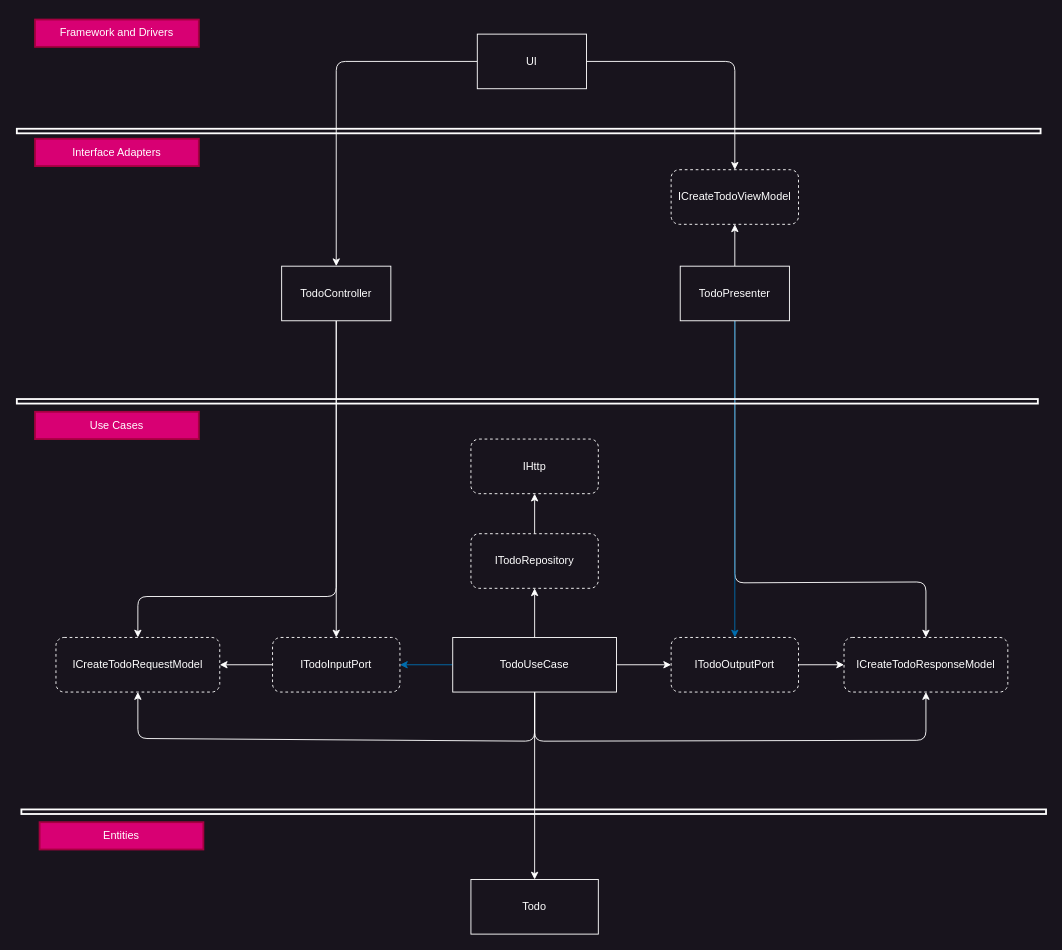
Earlier version of the draw.io diagram resources/diagram.drawio (gabrielmedeirossouza/react-todo-clean-architecture). Source tidied: cells renumbered, new cells numbered last; positions are measured from the earlier drawing's top-left corner, leaving out a move shared by most shapes. Both pictures are drawn from the tidied source at 91%, with x=0, y=0 at pixel (16, 19).
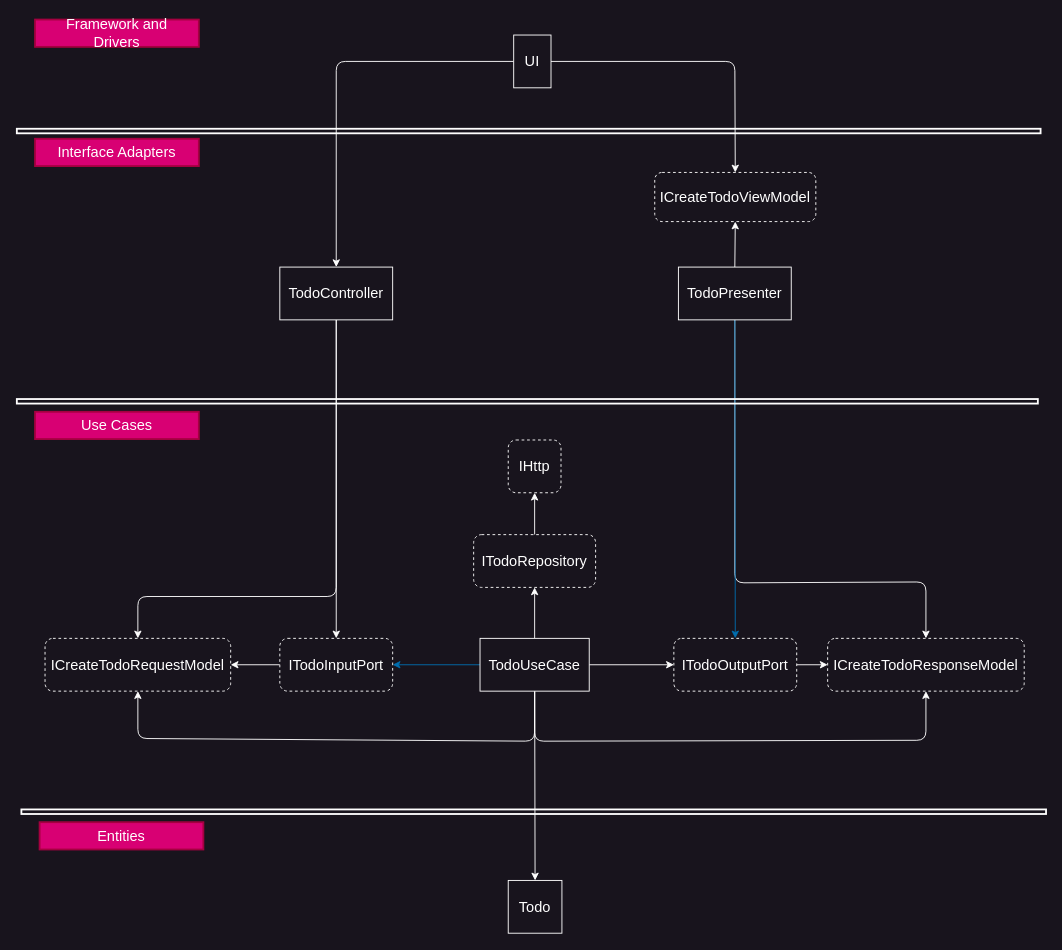
The same diagram, later.

The edit, as a diff of the source:
```diff
@@
-    <mxCell id="2" style="edgeStyle=none;html=1;exitX=1;exitY=0.5;exitDx=0;exitDy=0;entryX=0.5;entryY=0;entryDx=0;entryDy=0;fontColor=#FFFFFF;strokeColor=#FFFFFF;" parent="1" edge="1" source="4" target="18">
+    <mxCell id="2" style="edgeStyle=none;html=1;exitX=1;exitY=0.5;exitDx=0;exitDy=0;entryX=0.5;entryY=0;entryDx=0;entryDy=0;fontColor=#FFFFFF;strokeColor=#FFFFFF;fontSize=16;spacingTop=4;spacingBottom=4;spacingLeft=8;spacingRight=8;" parent="1" edge="1" source="4" target="18">
       <mxGeometry relative="1" as="geometry">
         <Array as="points">
           <mxPoint x="789" y="46" />
         </Array>
       </mxGeometry>
     </mxCell>
-    <mxCell id="3" style="edgeStyle=none;html=1;entryX=0.5;entryY=0;entryDx=0;entryDy=0;fontColor=#FFFFFF;strokeColor=#FFFFFF;" parent="1" edge="1" source="4" target="7">
+    <mxCell id="3" style="edgeStyle=none;html=1;entryX=0.5;entryY=0;entryDx=0;entryDy=0;fontColor=#FFFFFF;strokeColor=#FFFFFF;fontSize=16;spacingTop=4;spacingBottom=4;spacingLeft=8;spacingRight=8;" parent="1" edge="1" source="4" target="7">
       <mxGeometry relative="1" as="geometry">
         <Array as="points">
           <mxPoint x="351" y="46" />
         </Array>
       </mxGeometry>
     </mxCell>
-    <mxCell id="4" value="UI" style="rounded=0;whiteSpace=wrap;html=1;fillColor=#18141D;strokeColor=#FFFFFF;fontColor=#FFFFFF;" parent="1" vertex="1">
-      <mxGeometry x="506" y="16" width="120" height="60" as="geometry" />
+    <mxCell id="4" value="UI" style="rounded=0;whiteSpace=wrap;html=1;fillColor=#18141D;strokeColor=#FFFFFF;fontColor=#FFFFFF;fontSize=16;spacingTop=16;spacingBottom=16;spacingLeft=6;spacingRight=6;" parent="1" vertex="1">
+      <mxGeometry x="546" y="17" width="41" height="58" as="geometry" />
     </mxCell>
-    <mxCell id="5" style="edgeStyle=none;html=1;entryX=0.5;entryY=0;entryDx=0;entryDy=0;fontColor=#FFFFFF;strokeColor=#FFFFFF;" parent="1" edge="1" source="7" target="27">
+    <mxCell id="5" style="edgeStyle=none;html=1;entryX=0.5;entryY=0;entryDx=0;entryDy=0;fontColor=#FFFFFF;strokeColor=#FFFFFF;fontSize=16;spacingTop=4;spacingBottom=4;spacingLeft=8;spacingRight=8;" parent="1" edge="1" source="7" target="27">
       <mxGeometry relative="1" as="geometry">
         <Array as="points">
           <mxPoint x="351" y="634" />
           <mxPoint x="133" y="634" />
         </Array>
       </mxGeometry>
     </mxCell>
-    <mxCell id="6" style="edgeStyle=none;html=1;entryX=0.5;entryY=0;entryDx=0;entryDy=0;endArrow=classic;endFill=1;fontColor=#FFFFFF;strokeColor=#FFFFFF;" parent="1" edge="1" source="7" target="36">
+    <mxCell id="6" style="edgeStyle=none;html=1;entryX=0.5;entryY=0;entryDx=0;entryDy=0;endArrow=classic;endFill=1;fontColor=#FFFFFF;strokeColor=#FFFFFF;fontSize=16;spacingTop=4;spacingBottom=4;spacingLeft=8;spacingRight=8;" parent="1" edge="1" source="7" target="36">
       <mxGeometry relative="1" as="geometry" />
     </mxCell>
-    <mxCell id="7" value="TodoController" style="rounded=0;whiteSpace=wrap;html=1;fillColor=#18141D;strokeColor=#FFFFFF;fontColor=#FFFFFF;" parent="1" vertex="1">
-      <mxGeometry x="291" y="271" width="120" height="60" as="geometry" />
+    <mxCell id="7" value="TodoController" style="rounded=0;whiteSpace=wrap;html=1;fillColor=#18141D;strokeColor=#FFFFFF;fontColor=#FFFFFF;fontSize=16;spacingTop=16;spacingBottom=16;spacingLeft=6;spacingRight=6;" parent="1" vertex="1">
+      <mxGeometry x="289" y="272" width="124" height="58" as="geometry" />
     </mxCell>
-    <mxCell id="8" style="edgeStyle=none;html=1;entryX=0;entryY=0.5;entryDx=0;entryDy=0;strokeColor=#FFFFFF;" parent="1" edge="1" source="9" target="26">
+    <mxCell id="8" style="edgeStyle=none;html=1;entryX=0;entryY=0.5;entryDx=0;entryDy=0;strokeColor=#FFFFFF;fontSize=16;spacingTop=4;spacingBottom=4;spacingLeft=8;spacingRight=8;" parent="1" edge="1" source="9" target="26">
       <mxGeometry relative="1" as="geometry" />
     </mxCell>
-    <mxCell id="9" value="ITodoOutputPort" style="rounded=1;whiteSpace=wrap;html=1;glass=0;shadow=0;dashed=1;fillColor=#18141D;strokeColor=#FFFFFF;fontColor=#FFFFFF;" parent="1" vertex="1">
-      <mxGeometry x="719" y="679" width="140" height="60" as="geometry" />
+    <mxCell id="9" value="ITodoOutputPort" style="rounded=1;whiteSpace=wrap;html=1;glass=0;shadow=0;dashed=1;fillColor=#18141D;strokeColor=#FFFFFF;fontColor=#FFFFFF;fontSize=16;spacingTop=16;spacingBottom=16;spacingLeft=6;spacingRight=6;" parent="1" vertex="1">
+      <mxGeometry x="722" y="680" width="135" height="58" as="geometry" />
     </mxCell>
-    <mxCell id="10" style="edgeStyle=none;html=1;entryX=0.5;entryY=1;entryDx=0;entryDy=0;endArrow=classic;endFill=1;strokeColor=#FFFFFF;" parent="1" edge="1" source="11" target="13">
+    <mxCell id="10" style="edgeStyle=none;html=1;entryX=0.5;entryY=1;entryDx=0;entryDy=0;endArrow=classic;endFill=1;strokeColor=#FFFFFF;fontSize=16;spacingTop=4;spacingBottom=4;spacingLeft=8;spacingRight=8;" parent="1" edge="1" source="11" target="13">
       <mxGeometry relative="1" as="geometry" />
     </mxCell>
-    <mxCell id="11" value="ITodoRepository" style="rounded=1;whiteSpace=wrap;html=1;glass=0;shadow=0;dashed=1;fillColor=#18141D;strokeColor=#FFFFFF;fontColor=#FFFFFF;" parent="1" vertex="1">
-      <mxGeometry x="499" y="565" width="140" height="60" as="geometry" />
+    <mxCell id="11" value="ITodoRepository" style="rounded=1;whiteSpace=wrap;html=1;glass=0;shadow=0;dashed=1;fillColor=#18141D;strokeColor=#FFFFFF;fontColor=#FFFFFF;fontSize=16;spacingTop=16;spacingBottom=16;spacingLeft=6;spacingRight=6;" parent="1" vertex="1">
+      <mxGeometry x="502" y="566" width="134" height="58" as="geometry" />
     </mxCell>
-    <mxCell id="12" value="Todo" style="rounded=0;whiteSpace=wrap;html=1;glass=0;shadow=0;strokeColor=#FFFFFF;fillColor=#18141D;fontColor=#FFFFFF;" parent="1" vertex="1">
-      <mxGeometry x="499" y="945" width="140" height="60" as="geometry" />
+    <mxCell id="12" value="Todo" style="rounded=0;whiteSpace=wrap;html=1;glass=0;shadow=0;strokeColor=#FFFFFF;fillColor=#18141D;fontColor=#FFFFFF;fontSize=16;spacingTop=16;spacingBottom=16;spacingLeft=6;spacingRight=6;" parent="1" vertex="1">
+      <mxGeometry x="540" y="946" width="59" height="58" as="geometry" />
     </mxCell>
-    <mxCell id="13" value="IHttp" style="rounded=1;whiteSpace=wrap;html=1;glass=0;shadow=0;dashed=1;fillColor=#18141D;strokeColor=#FFFFFF;fontColor=#FFFFFF;" parent="1" vertex="1">
-      <mxGeometry x="499" y="461" width="140" height="60" as="geometry" />
+    <mxCell id="13" value="IHttp" style="rounded=1;whiteSpace=wrap;html=1;glass=0;shadow=0;dashed=1;fillColor=#18141D;strokeColor=#FFFFFF;fontColor=#FFFFFF;fontSize=16;spacingTop=16;spacingBottom=16;spacingLeft=6;spacingRight=6;" parent="1" vertex="1">
+      <mxGeometry x="540" y="462" width="58" height="58" as="geometry" />
     </mxCell>
-    <mxCell id="14" style="edgeStyle=none;html=1;exitX=0.5;exitY=0;exitDx=0;exitDy=0;entryX=0.5;entryY=1;entryDx=0;entryDy=0;fontColor=#FFFFFF;strokeColor=#FFFFFF;" parent="1" edge="1" source="17" target="18">
+    <mxCell id="14" style="edgeStyle=none;html=1;exitX=0.5;exitY=0;exitDx=0;exitDy=0;entryX=0.5;entryY=1;entryDx=0;entryDy=0;fontColor=#FFFFFF;strokeColor=#FFFFFF;fontSize=16;spacingTop=4;spacingBottom=4;spacingLeft=8;spacingRight=8;" parent="1" edge="1" source="17" target="18">
       <mxGeometry relative="1" as="geometry" />
     </mxCell>
-    <mxCell id="15" style="edgeStyle=none;html=1;entryX=0.5;entryY=0;entryDx=0;entryDy=0;fontColor=#FFFFFF;strokeColor=#FFFFFF;" parent="1" edge="1" source="17" target="26">
+    <mxCell id="15" style="edgeStyle=none;html=1;entryX=0.5;entryY=0;entryDx=0;entryDy=0;fontColor=#FFFFFF;strokeColor=#FFFFFF;fontSize=16;spacingTop=4;spacingBottom=4;spacingLeft=8;spacingRight=8;" parent="1" edge="1" source="17" target="26">
       <mxGeometry relative="1" as="geometry">
         <Array as="points">
           <mxPoint x="789" y="619" />
           <mxPoint x="999" y="618" />
         </Array>
       </mxGeometry>
     </mxCell>
-    <mxCell id="16" style="edgeStyle=none;html=1;entryX=0.5;entryY=0;entryDx=0;entryDy=0;fillColor=#1ba1e2;strokeColor=#006EAF;" parent="1" edge="1" source="17" target="9">
+    <mxCell id="16" style="edgeStyle=none;html=1;entryX=0.5;entryY=0;entryDx=0;entryDy=0;fillColor=#1ba1e2;strokeColor=#006EAF;fontSize=16;spacingTop=4;spacingBottom=4;spacingLeft=8;spacingRight=8;" parent="1" edge="1" source="17" target="9">
       <mxGeometry relative="1" as="geometry" />
     </mxCell>
-    <mxCell id="17" value="TodoPresenter" style="rounded=0;whiteSpace=wrap;html=1;fillColor=#18141D;strokeColor=#FFFFFF;fontColor=#FFFFFF;" parent="1" vertex="1">
-      <mxGeometry x="729" y="271" width="120" height="60" as="geometry" />
+    <mxCell id="17" value="TodoPresenter" style="rounded=0;whiteSpace=wrap;html=1;fillColor=#18141D;strokeColor=#FFFFFF;fontColor=#FFFFFF;fontSize=16;spacingTop=16;spacingBottom=16;spacingLeft=6;spacingRight=6;" parent="1" vertex="1">
+      <mxGeometry x="727" y="272" width="124" height="58" as="geometry" />
     </mxCell>
-    <mxCell id="18" value="ICreateTodoViewModel" style="rounded=1;whiteSpace=wrap;html=1;glass=0;shadow=0;dashed=1;strokeColor=#FFFFFF;fillColor=#18141D;fontColor=#FFFFFF;" parent="1" vertex="1">
-      <mxGeometry x="719" y="165" width="140" height="60" as="geometry" />
+    <mxCell id="18" value="ICreateTodoViewModel" style="rounded=1;whiteSpace=wrap;html=1;glass=0;shadow=0;dashed=1;strokeColor=#FFFFFF;fillColor=#18141D;fontColor=#FFFFFF;fontSize=16;spacingRight=6;spacingLeft=6;spacing=0;spacingTop=16;spacingBottom=16;" parent="1" vertex="1">
+      <mxGeometry x="701" y="168" width="177" height="54" as="geometry" />
     </mxCell>
-    <mxCell id="19" style="rounded=0;whiteSpace=wrap;html=1;strokeColor=#FFFFFF;fillColor=none;strokeWidth=2;" parent="1" vertex="1">
+    <mxCell id="19" style="rounded=0;whiteSpace=wrap;html=1;strokeColor=#FFFFFF;fillColor=none;strokeWidth=2;fontSize=16;spacingTop=4;spacingBottom=4;spacingLeft=8;spacingRight=8;" parent="1" vertex="1">
       <mxGeometry y="120" width="1125" height="5" as="geometry" />
     </mxCell>
-    <mxCell id="20" style="rounded=0;whiteSpace=wrap;html=1;strokeColor=#FFFFFF;fillColor=none;strokeWidth=2;" parent="1" vertex="1">
+    <mxCell id="20" style="rounded=0;whiteSpace=wrap;html=1;strokeColor=#FFFFFF;fillColor=none;strokeWidth=2;fontSize=16;spacingTop=4;spacingBottom=4;spacingLeft=8;spacingRight=8;" parent="1" vertex="1">
       <mxGeometry y="417" width="1122" height="5" as="geometry" />
     </mxCell>
-    <mxCell id="21" style="rounded=0;whiteSpace=wrap;html=1;strokeColor=#FFFFFF;fillColor=none;strokeWidth=2;" parent="1" vertex="1">
+    <mxCell id="21" style="rounded=0;whiteSpace=wrap;html=1;strokeColor=#FFFFFF;fillColor=none;strokeWidth=2;fontSize=16;spacingTop=4;spacingBottom=4;spacingLeft=8;spacingRight=8;" parent="1" vertex="1">
       <mxGeometry x="5" y="868" width="1126" height="5" as="geometry" />
     </mxCell>
-    <mxCell id="22" value="Entities" style="text;html=1;strokeColor=#A50040;fillColor=#d80073;align=center;verticalAlign=middle;whiteSpace=wrap;rounded=0;strokeWidth=2;fontColor=#ffffff;" parent="1" vertex="1">
+    <mxCell id="22" value="Entities" style="text;html=1;strokeColor=#A50040;fillColor=#d80073;align=center;verticalAlign=middle;whiteSpace=wrap;rounded=0;strokeWidth=2;fontColor=#ffffff;fontSize=16;spacingTop=4;spacingBottom=4;spacingLeft=8;spacingRight=8;" parent="1" vertex="1">
       <mxGeometry x="25" y="882" width="180" height="30" as="geometry" />
     </mxCell>
-    <mxCell id="23" value="Use Cases" style="text;html=1;strokeColor=#A50040;fillColor=#d80073;align=center;verticalAlign=middle;whiteSpace=wrap;rounded=0;strokeWidth=2;fontColor=#ffffff;" parent="1" vertex="1">
+    <mxCell id="23" value="Use Cases" style="text;html=1;strokeColor=#A50040;fillColor=#d80073;align=center;verticalAlign=middle;whiteSpace=wrap;rounded=0;strokeWidth=2;fontColor=#ffffff;fontSize=16;spacingTop=4;spacingBottom=4;spacingLeft=8;spacingRight=8;" parent="1" vertex="1">
       <mxGeometry x="20" y="431" width="180" height="30" as="geometry" />
     </mxCell>
-    <mxCell id="24" value="Interface Adapters" style="text;html=1;strokeColor=#A50040;fillColor=#d80073;align=center;verticalAlign=middle;whiteSpace=wrap;rounded=0;strokeWidth=2;fontColor=#ffffff;" parent="1" vertex="1">
+    <mxCell id="24" value="Interface Adapters" style="text;html=1;strokeColor=#A50040;fillColor=#d80073;align=center;verticalAlign=middle;whiteSpace=wrap;rounded=0;strokeWidth=2;fontColor=#ffffff;fontSize=16;spacingTop=4;spacingBottom=4;spacingLeft=8;spacingRight=8;" parent="1" vertex="1">
       <mxGeometry x="20" y="131" width="180" height="30" as="geometry" />
     </mxCell>
-    <mxCell id="25" value="Framework and Drivers" style="text;html=1;strokeColor=#A50040;fillColor=#d80073;align=center;verticalAlign=middle;whiteSpace=wrap;rounded=0;strokeWidth=2;fontColor=#ffffff;" parent="1" vertex="1">
+    <mxCell id="25" value="Framework and Drivers" style="text;html=1;strokeColor=#A50040;fillColor=#d80073;align=center;verticalAlign=middle;whiteSpace=wrap;rounded=0;strokeWidth=2;fontColor=#ffffff;fontSize=16;spacingTop=4;spacingBottom=4;spacingLeft=8;spacingRight=8;" parent="1" vertex="1">
       <mxGeometry x="20" width="180" height="30" as="geometry" />
     </mxCell>
-    <mxCell id="26" value="ICreateTodoResponseModel" style="rounded=1;whiteSpace=wrap;html=1;glass=0;shadow=0;dashed=1;strokeColor=#FFFFFF;fillColor=#18141D;fontColor=#FFFFFF;" parent="1" vertex="1">
-      <mxGeometry x="909" y="679" width="180" height="60" as="geometry" />
+    <mxCell id="26" value="ICreateTodoResponseModel" style="rounded=1;whiteSpace=wrap;html=1;glass=0;shadow=0;dashed=1;strokeColor=#FFFFFF;fillColor=#18141D;fontColor=#FFFFFF;fontSize=16;spacingTop=16;spacingBottom=16;spacingLeft=6;spacingRight=6;" parent="1" vertex="1">
+      <mxGeometry x="891" y="680" width="216" height="58" as="geometry" />
     </mxCell>
-    <mxCell id="27" value="ICreateTodoRequestModel" style="rounded=1;whiteSpace=wrap;html=1;glass=0;shadow=0;dashed=1;strokeColor=#FFFFFF;fillColor=#18141D;fontColor=#FFFFFF;" parent="1" vertex="1">
-      <mxGeometry x="43" y="679" width="180" height="60" as="geometry" />
+    <mxCell id="27" value="ICreateTodoRequestModel" style="rounded=1;whiteSpace=wrap;html=1;glass=0;shadow=0;dashed=1;strokeColor=#FFFFFF;fillColor=#18141D;fontColor=#FFFFFF;fontSize=16;spacingTop=16;spacingBottom=16;spacingLeft=6;spacingRight=6;" parent="1" vertex="1">
+      <mxGeometry x="31" y="680" width="204" height="58" as="geometry" />
     </mxCell>
-    <mxCell id="28" style="edgeStyle=none;html=1;entryX=0;entryY=0.5;entryDx=0;entryDy=0;strokeColor=#FFFFFF;" parent="1" edge="1" source="34" target="9">
+    <mxCell id="28" style="edgeStyle=none;html=1;entryX=0;entryY=0.5;entryDx=0;entryDy=0;strokeColor=#FFFFFF;fontSize=16;spacingTop=4;spacingBottom=4;spacingLeft=8;spacingRight=8;" parent="1" edge="1" source="34" target="9">
       <mxGeometry relative="1" as="geometry" />
     </mxCell>
-    <mxCell id="29" style="edgeStyle=none;html=1;entryX=1;entryY=0.5;entryDx=0;entryDy=0;fillColor=#1ba1e2;strokeColor=#006EAF;" parent="1" edge="1" source="34" target="36">
+    <mxCell id="29" style="edgeStyle=none;html=1;entryX=1;entryY=0.5;entryDx=0;entryDy=0;fillColor=#1ba1e2;strokeColor=#006EAF;fontSize=16;spacingTop=4;spacingBottom=4;spacingLeft=8;spacingRight=8;" parent="1" edge="1" source="34" target="36">
       <mxGeometry relative="1" as="geometry" />
     </mxCell>
-    <mxCell id="30" style="edgeStyle=none;html=1;entryX=0.5;entryY=1;entryDx=0;entryDy=0;endArrow=classic;endFill=1;fontColor=#FFFFFF;strokeColor=#FFFFFF;" parent="1" edge="1" source="34" target="26">
+    <mxCell id="30" style="edgeStyle=none;html=1;entryX=0.5;entryY=1;entryDx=0;entryDy=0;endArrow=classic;endFill=1;fontColor=#FFFFFF;strokeColor=#FFFFFF;fontSize=16;spacingTop=4;spacingBottom=4;spacingLeft=8;spacingRight=8;" parent="1" edge="1" source="34" target="26">
       <mxGeometry relative="1" as="geometry">
         <Array as="points">
           <mxPoint x="569" y="793" />
           <mxPoint x="999" y="792" />
         </Array>
       </mxGeometry>
     </mxCell>
-    <mxCell id="31" style="edgeStyle=none;html=1;entryX=0.5;entryY=1;entryDx=0;entryDy=0;endArrow=classic;endFill=1;fontColor=#FFFFFF;strokeColor=#FFFFFF;" parent="1" edge="1" source="34" target="27">
+    <mxCell id="31" style="edgeStyle=none;html=1;entryX=0.5;entryY=1;entryDx=0;entryDy=0;endArrow=classic;endFill=1;fontColor=#FFFFFF;strokeColor=#FFFFFF;fontSize=16;spacingTop=4;spacingBottom=4;spacingLeft=8;spacingRight=8;" parent="1" edge="1" source="34" target="27">
       <mxGeometry relative="1" as="geometry">
         <Array as="points">
           <mxPoint x="569" y="793" />
           <mxPoint x="133" y="790" />
         </Array>
       </mxGeometry>
     </mxCell>
-    <mxCell id="32" style="edgeStyle=none;html=1;entryX=0.5;entryY=0;entryDx=0;entryDy=0;endArrow=classic;endFill=1;fontColor=#FFFFFF;labelBorderColor=#FFFFFF;strokeColor=#FFFFFF;" parent="1" edge="1" source="34" target="12">
+    <mxCell id="32" style="edgeStyle=none;html=1;entryX=0.5;entryY=0;entryDx=0;entryDy=0;endArrow=classic;endFill=1;fontColor=#FFFFFF;labelBorderColor=#FFFFFF;strokeColor=#FFFFFF;fontSize=16;spacingTop=4;spacingBottom=4;spacingLeft=8;spacingRight=8;" parent="1" edge="1" source="34" target="12">
       <mxGeometry relative="1" as="geometry" />
     </mxCell>
-    <mxCell id="33" style="edgeStyle=none;html=1;entryX=0.5;entryY=1;entryDx=0;entryDy=0;endArrow=classic;endFill=1;strokeColor=#FFFFFF;" parent="1" edge="1" source="34" target="11">
+    <mxCell id="33" style="edgeStyle=none;html=1;entryX=0.5;entryY=1;entryDx=0;entryDy=0;endArrow=classic;endFill=1;strokeColor=#FFFFFF;fontSize=16;spacingTop=4;spacingBottom=4;spacingLeft=8;spacingRight=8;" parent="1" edge="1" source="34" target="11">
       <mxGeometry relative="1" as="geometry" />
     </mxCell>
-    <mxCell id="34" value="TodoUseCase" style="rounded=0;whiteSpace=wrap;html=1;glass=0;shadow=0;strokeColor=#FFFFFF;fillColor=#18141D;fontColor=#FFFFFF;" parent="1" vertex="1">
-      <mxGeometry x="479" y="679" width="180" height="60" as="geometry" />
+    <mxCell id="34" value="TodoUseCase" style="rounded=0;whiteSpace=wrap;html=1;glass=0;shadow=0;strokeColor=#FFFFFF;fillColor=#18141D;fontColor=#FFFFFF;fontSize=16;spacingTop=16;spacingBottom=16;spacingLeft=6;spacingRight=6;" parent="1" vertex="1">
+      <mxGeometry x="509" y="680" width="120" height="58" as="geometry" />
     </mxCell>
-    <mxCell id="35" style="edgeStyle=none;html=1;entryX=1;entryY=0.5;entryDx=0;entryDy=0;fontColor=#FFFFFF;strokeColor=#FFFFFF;" parent="1" edge="1" source="36" target="27">
+    <mxCell id="35" style="edgeStyle=none;html=1;entryX=1;entryY=0.5;entryDx=0;entryDy=0;fontColor=#FFFFFF;strokeColor=#FFFFFF;fontSize=16;spacingTop=4;spacingBottom=4;spacingLeft=8;spacingRight=8;" parent="1" edge="1" source="36" target="27">
       <mxGeometry relative="1" as="geometry" />
     </mxCell>
-    <mxCell id="36" value="ITodoInputPort" style="rounded=1;whiteSpace=wrap;html=1;glass=0;shadow=0;dashed=1;fillColor=#18141D;strokeColor=#FFFFFF;fontColor=#FFFFFF;" parent="1" vertex="1">
-      <mxGeometry x="281" y="679" width="140" height="60" as="geometry" />
+    <mxCell id="36" value="ITodoInputPort" style="rounded=1;whiteSpace=wrap;html=1;glass=0;shadow=0;dashed=1;fillColor=#18141D;strokeColor=#FFFFFF;fontColor=#FFFFFF;fontSize=16;spacingTop=16;spacingBottom=16;spacingLeft=6;spacingRight=6;" parent="1" vertex="1">
+      <mxGeometry x="289" y="680" width="124" height="58" as="geometry" />
     </mxCell>
```
